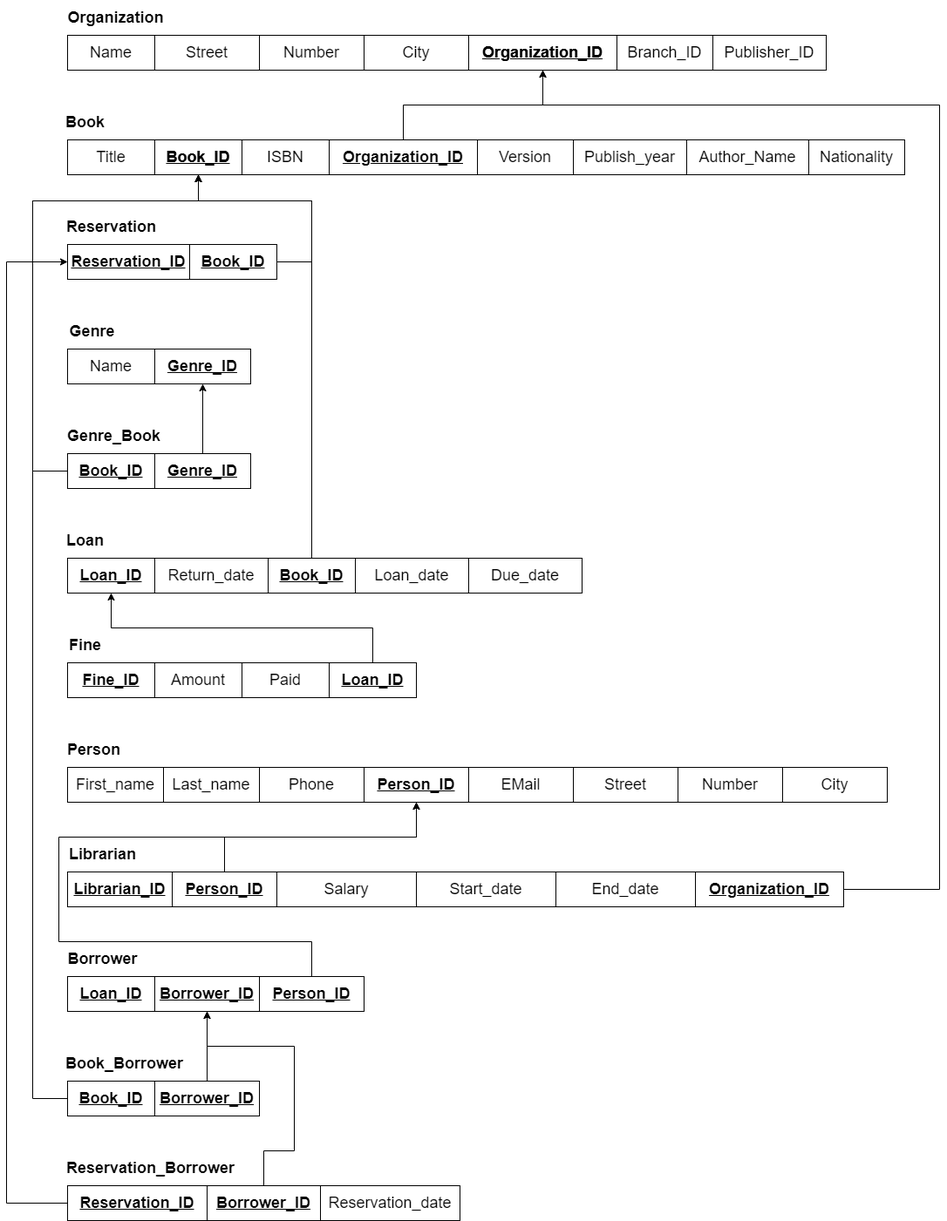
Above: Relational_Model/Relational Model - 2NF.png in YouAndMEME/sose23-database (draw.io), before the change. Source tidied: cells renumbered, new cells last; positions are measured from the earlier drawing's top-left corner, leaving out a move shared by most shapes.
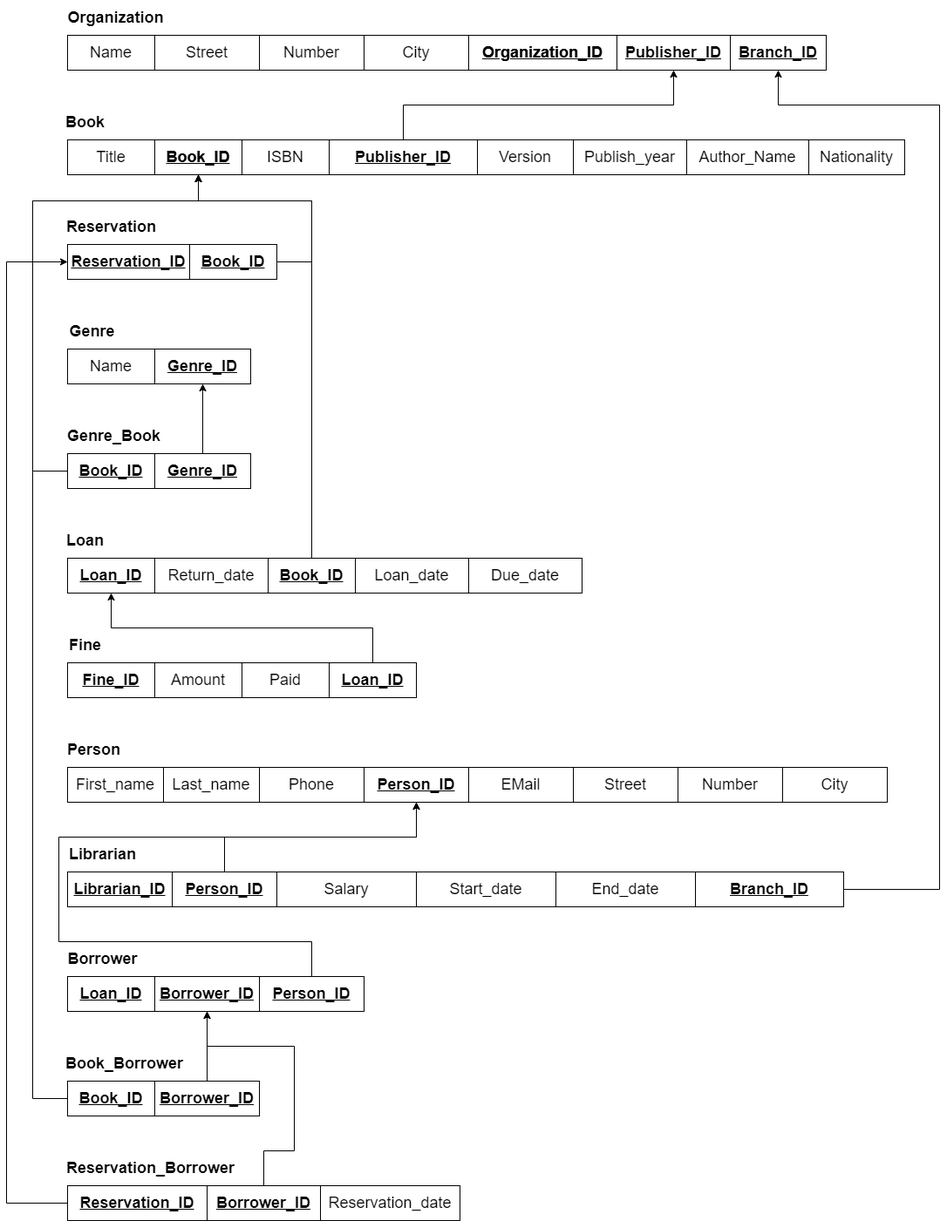
Above is the later version.

Commit message:
Updated Relational Model

Diff of the diagram source:
```diff
@@ -47,11 +47,11 @@
     <mxCell id="16" value="&lt;b&gt;Organization_ID&lt;/b&gt;" style="whiteSpace=wrap;html=1;align=center;strokeColor=default;fontSize=18;fillColor=none;" parent="1" vertex="1">
       <mxGeometry x="530" y="40" width="170" height="40" as="geometry" />
     </mxCell>
-    <mxCell id="17" value="Branch_ID" style="whiteSpace=wrap;html=1;align=center;strokeColor=default;fontSize=18;fillColor=none;" parent="1" vertex="1">
-      <mxGeometry x="700" y="40" width="110" height="40" as="geometry" />
+    <mxCell id="17" value="&lt;b&gt;&lt;u&gt;Branch_ID&lt;/u&gt;&lt;/b&gt;" style="whiteSpace=wrap;html=1;align=center;strokeColor=default;fontSize=18;fillColor=none;" parent="1" vertex="1">
+      <mxGeometry x="830" y="40" width="110" height="40" as="geometry" />
     </mxCell>
-    <mxCell id="18" value="Publisher_ID" style="whiteSpace=wrap;html=1;align=center;strokeColor=default;fontSize=18;fillColor=none;" parent="1" vertex="1">
-      <mxGeometry x="810" y="40" width="130" height="40" as="geometry" />
+    <mxCell id="18" value="&lt;b&gt;&lt;u&gt;Publisher_ID&lt;/u&gt;&lt;/b&gt;" style="whiteSpace=wrap;html=1;align=center;strokeColor=default;fontSize=18;fillColor=none;" parent="1" vertex="1">
+      <mxGeometry x="700" y="40" width="130" height="40" as="geometry" />
     </mxCell>
     <mxCell id="19" value="Book_ID" style="whiteSpace=wrap;html=1;align=center;strokeColor=default;fontSize=18;fillColor=none;fontStyle=1;" parent="1" vertex="1">
       <mxGeometry x="170" y="160" width="100" height="40" as="geometry" />
@@ -77,10 +77,15 @@
     <mxCell id="24" value="Book_ID" style="whiteSpace=wrap;html=1;align=center;strokeColor=default;fontSize=18;fillColor=none;fontStyle=5;" parent="1" vertex="1">
       <mxGeometry x="210" y="280" width="100" height="40" as="geometry" />
     </mxCell>
-    <mxCell id="25" style="edgeStyle=orthogonalEdgeStyle;rounded=0;jettySize=auto;html=1;entryX=0.5;entryY=1;entryDx=0;entryDy=0;fontSize=18;" parent="1" edge="1" source="26" target="21">
-      <mxGeometry relative="1" as="geometry" />
-    </mxCell>
+    <mxCell id="81" style="edgeStyle=orthogonalEdgeStyle;rounded=0;jettySize=auto;html=1;entryX=0.5;entryY=1;entryDx=0;entryDy=0;" parent="1" edge="1" source="26" target="18">
+      <mxGeometry relative="1" as="geometry">
+        <Array as="points">
+          <mxPoint x="455" y="120" />
+          <mxPoint x="765" y="120" />
+        </Array>
+      </mxGeometry>
+    </mxCell>
-    <mxCell id="26" value="&lt;b&gt;Organization_ID&lt;/b&gt;" style="whiteSpace=wrap;html=1;align=center;strokeColor=default;fontSize=18;fillColor=none;fontStyle=4;" parent="1" vertex="1">
+    <mxCell id="26" value="&lt;b&gt;&lt;u&gt;Publisher_ID&lt;/u&gt;&lt;/b&gt;" style="whiteSpace=wrap;html=1;align=center;strokeColor=default;fontSize=18;fillColor=none;fontStyle=4;" parent="1" vertex="1">
       <mxGeometry x="370" y="160" width="170" height="40" as="geometry" />
     </mxCell>
     <mxCell id="27" value="Version" style="whiteSpace=wrap;html=1;align=center;strokeColor=default;fontSize=18;fillColor=none;" parent="1" vertex="1">
@@ -216,16 +221,16 @@
     <mxCell id="57" value="Reservation_date" style="whiteSpace=wrap;html=1;align=center;strokeColor=default;fontSize=18;fillColor=none;" parent="1" vertex="1">
       <mxGeometry x="360" y="1360" width="160" height="40" as="geometry" />
     </mxCell>
-    <mxCell id="58" style="edgeStyle=orthogonalEdgeStyle;rounded=0;jettySize=auto;html=1;entryX=0.5;entryY=1;entryDx=0;entryDy=0;fontSize=18;" parent="1" edge="1" source="59" target="21">
-      <mxGeometry relative="1" as="geometry">
-        <Array as="points">
-          <mxPoint x="1070" y="1020" />
-          <mxPoint x="1070" y="120" />
-          <mxPoint x="615" y="120" />
-        </Array>
-      </mxGeometry>
-    </mxCell>
+    <mxCell id="82" style="edgeStyle=orthogonalEdgeStyle;rounded=0;jettySize=auto;html=1;entryX=0.5;entryY=1;entryDx=0;entryDy=0;" parent="1" edge="1" source="59" target="17">
+      <mxGeometry relative="1" as="geometry">
+        <Array as="points">
+          <mxPoint x="1070" y="1020" />
+          <mxPoint x="1070" y="120" />
+          <mxPoint x="885" y="120" />
+        </Array>
+      </mxGeometry>
+    </mxCell>
-    <mxCell id="59" value="&lt;b&gt;Organization_ID&lt;/b&gt;" style="whiteSpace=wrap;html=1;align=center;strokeColor=default;fontSize=18;fillColor=none;fontStyle=4;" parent="1" vertex="1">
+    <mxCell id="59" value="&lt;b&gt;&lt;u&gt;Branch_ID&lt;/u&gt;&lt;/b&gt;" style="whiteSpace=wrap;html=1;align=center;strokeColor=default;fontSize=18;fillColor=none;fontStyle=4;" parent="1" vertex="1">
       <mxGeometry x="790" y="1000" width="170" height="40" as="geometry" />
     </mxCell>
     <mxCell id="60" value="Street" style="whiteSpace=wrap;html=1;align=center;strokeColor=default;fontSize=18;fillColor=none;" parent="1" vertex="1">
```
